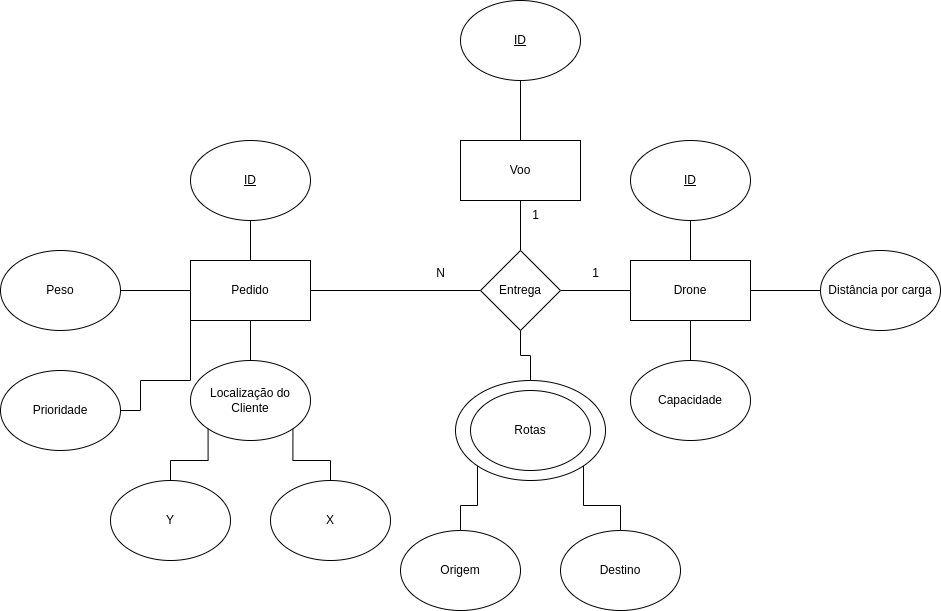
This is docs/EER.png from Henriquemcc/Teste_pratico_dti_digital, a draw.io export, as it was before one commit. Source tidied: cells renumbered, new cells last; positions are measured from the earlier drawing's top-left corner, leaving out a move shared by most shapes.
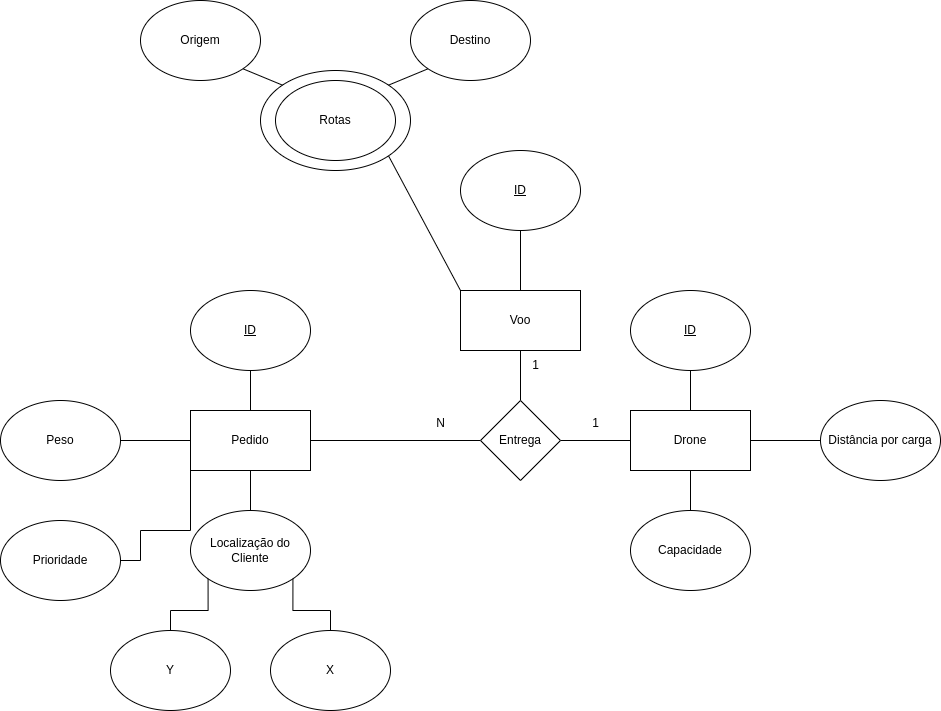
The same diagram one commit later.

Commit message:
Transformando as rotas em um atributo de voo

What changed in the source:
```diff
@@ -80,9 +80,6 @@
     <mxCell id="25" style="edgeStyle=orthogonalEdgeStyle;rounded=0;jettySize=auto;html=1;exitX=0;exitY=0.5;exitDx=0;exitDy=0;entryX=1;entryY=0.5;entryDx=0;entryDy=0;endArrow=none;startFill=0;" parent="1" edge="1" source="27" target="10">
       <mxGeometry relative="1" as="geometry" />
     </mxCell>
-    <mxCell id="26" style="edgeStyle=orthogonalEdgeStyle;rounded=0;jettySize=auto;html=1;exitX=0.5;exitY=1;exitDx=0;exitDy=0;entryX=0.5;entryY=0;entryDx=0;entryDy=0;endArrow=none;startFill=0;" parent="1" edge="1" source="27" target="34">
-      <mxGeometry relative="1" as="geometry" />
-    </mxCell>
     <mxCell id="27" value="Entrega" style="rhombus;whiteSpace=wrap;html=1;" parent="1" vertex="1">
       <mxGeometry x="480" y="250" width="80" height="80" as="geometry" />
     </mxCell>
@@ -102,7 +99,7 @@
       <mxGeometry x="520" y="200" width="30" height="30" as="geometry" />
     </mxCell>
     <mxCell id="33" style="group;" parent="1" vertex="1">
-      <mxGeometry x="455" y="380" width="150" height="100" as="geometry" />
+      <mxGeometry x="260" y="-80" width="150" height="100" as="geometry" />
     </mxCell>
     <mxCell id="34" style="ellipse;whiteSpace=wrap;html=1;" parent="33" vertex="1">
       <mxGeometry width="150" height="100" as="geometry" />
@@ -110,17 +107,20 @@
     <mxCell id="35" value="Rotas" style="ellipse;whiteSpace=wrap;html=1;" parent="33" vertex="1">
       <mxGeometry x="15" y="10" width="120" height="80" as="geometry" />
     </mxCell>
+    <mxCell id="40" style="rounded=0;jettySize=auto;html=1;exitX=1;exitY=1;exitDx=0;exitDy=0;entryX=0;entryY=0;entryDx=0;entryDy=0;endArrow=none;startFill=0;" parent="1" edge="1" source="36" target="34">
+      <mxGeometry relative="1" as="geometry" />
+    </mxCell>
     <mxCell id="36" value="Origem" style="ellipse;whiteSpace=wrap;html=1;" parent="1" vertex="1">
-      <mxGeometry x="400" y="530" width="120" height="80" as="geometry" />
+      <mxGeometry x="140" y="-150" width="120" height="80" as="geometry" />
     </mxCell>
+    <mxCell id="41" style="rounded=0;jettySize=auto;html=1;exitX=0;exitY=1;exitDx=0;exitDy=0;entryX=1;entryY=0;entryDx=0;entryDy=0;endArrow=none;startFill=0;" parent="1" edge="1" source="37" target="34">
+      <mxGeometry relative="1" as="geometry" />
+    </mxCell>
     <mxCell id="37" value="Destino" style="ellipse;whiteSpace=wrap;html=1;" parent="1" vertex="1">
-      <mxGeometry x="560" y="530" width="120" height="80" as="geometry" />
+      <mxGeometry x="410" y="-150" width="120" height="80" as="geometry" />
     </mxCell>
-    <mxCell id="38" style="edgeStyle=orthogonalEdgeStyle;rounded=0;jettySize=auto;html=1;exitX=0;exitY=1;exitDx=0;exitDy=0;entryX=0.5;entryY=0;entryDx=0;entryDy=0;endArrow=none;startFill=0;" parent="1" edge="1" source="34" target="36">
-      <mxGeometry relative="1" as="geometry" />
-    </mxCell>
-    <mxCell id="39" style="edgeStyle=orthogonalEdgeStyle;rounded=0;jettySize=auto;html=1;exitX=1;exitY=1;exitDx=0;exitDy=0;entryX=0.5;entryY=0;entryDx=0;entryDy=0;endArrow=none;startFill=0;" parent="1" edge="1" source="34" target="37">
-      <mxGeometry relative="1" as="geometry" />
-    </mxCell>
+    <mxCell id="42" style="rounded=0;jettySize=auto;html=1;exitX=1;exitY=1;exitDx=0;exitDy=0;entryX=0;entryY=0;entryDx=0;entryDy=0;endArrow=none;startFill=0;" parent="1" edge="1" source="34" target="24">
+      <mxGeometry relative="1" as="geometry" />
+    </mxCell>
   </root>
 </mxGraphModel>
```
